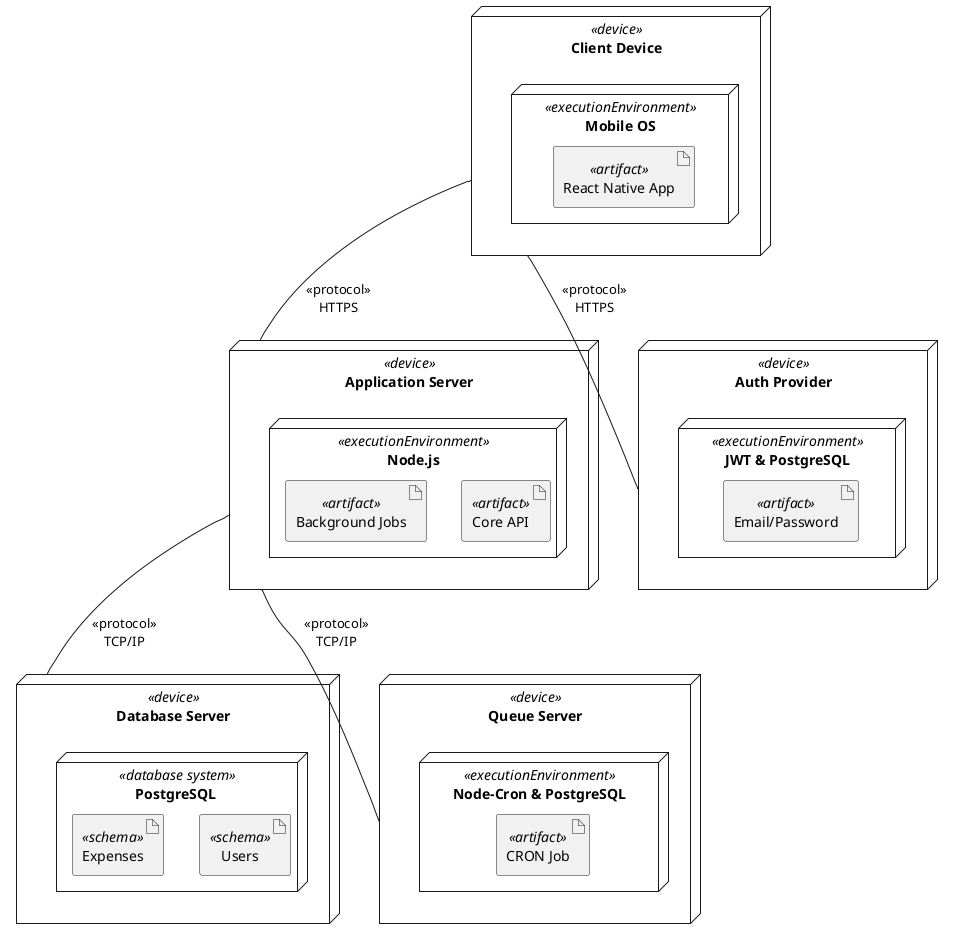
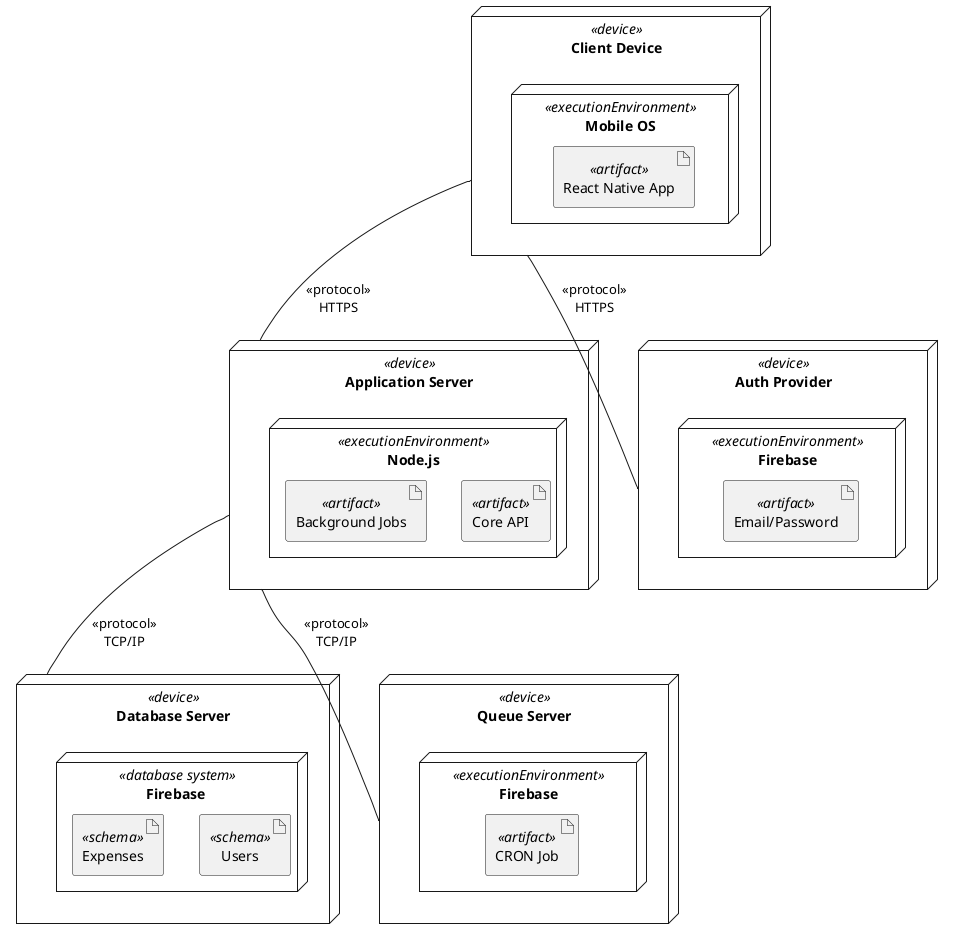
@startuml
node "Client Device" <<device>> {
  node "Mobile OS" <<executionEnvironment>> {
    artifact "React Native App" <<artifact>>
  }
}

node "Application Server" <<device>> {
  node "Node.js" <<executionEnvironment>> {
    artifact "Core API" <<artifact>>
    artifact "Background Jobs" <<artifact>>
  }
}

node "Database Server" <<device>> {
-   node "PostgreSQL " <<database system>> {
+   node "Firebase " <<database system>> {
    artifact "Users" <<schema>>
    artifact "Expenses" <<schema>>
  }
}

node "Queue Server" <<device>> {
-   node "Node-Cron & PostgreSQL" <<executionEnvironment>> {
+   node " Firebase " <<executionEnvironment>> {
    artifact "CRON Job" <<artifact>>
  }
}

node "Auth Provider" <<device>> {
-   node "JWT & PostgreSQL" <<executionEnvironment>> {
+   node "Firebase" <<executionEnvironment>> {
    artifact "Email/Password" <<artifact>>
  }
}

"Client Device" -- "Application Server" : <<protocol>>\nHTTPS
"Client Device" -- "Auth Provider" : <<protocol>>\nHTTPS
"Application Server" -- "Database Server" : <<protocol>>\nTCP/IP
"Application Server" -- "Queue Server" : <<protocol>>\nTCP/IP
@enduml